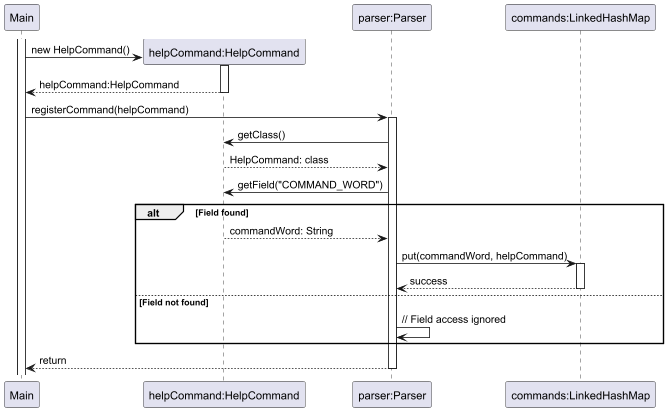
Above: docs/diagrams/parser/register-command-sequence.png in nus-cs2113-AY2425S1/tp (PlantUML), before the change.
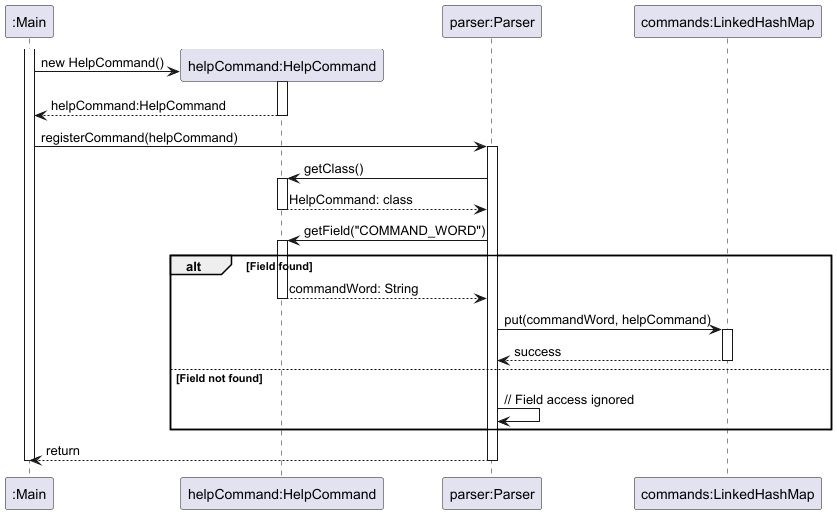
After the commit.

Change to the diagram source:
```diff
@@ -1,13 +1,13 @@
 @startuml
-participant "Main" as Main
+participant ":Main" as Main
 activate Main
-
 create "helpCommand:HelpCommand" as HelpCommand
 Main -> HelpCommand: new HelpCommand()
+
 activate HelpCommand
+
 HelpCommand --> Main: helpCommand:HelpCommand
 deactivate HelpCommand
-
 participant "parser:Parser" as Parser
 Main -> Parser: registerCommand(helpCommand)
 activate Parser
@@ -15,11 +15,15 @@
 participant "commands:LinkedHashMap" as CommandMap
 
 Parser -> HelpCommand: getClass()
+activate HelpCommand
 HelpCommand --> Parser: HelpCommand: class
+deactivate HelpCommand
 
 Parser -> HelpCommand: getField("COMMAND_WORD")
+activate HelpCommand
 alt Field found
     HelpCommand --> Parser: commandWord: String
+    deactivate HelpCommand
     Parser -> CommandMap: put(commandWord, helpCommand)
     activate CommandMap
 
@@ -32,4 +36,5 @@
 
 Parser --> Main: return
 deactivate Parser
+deactivate Main
 @enduml
```
